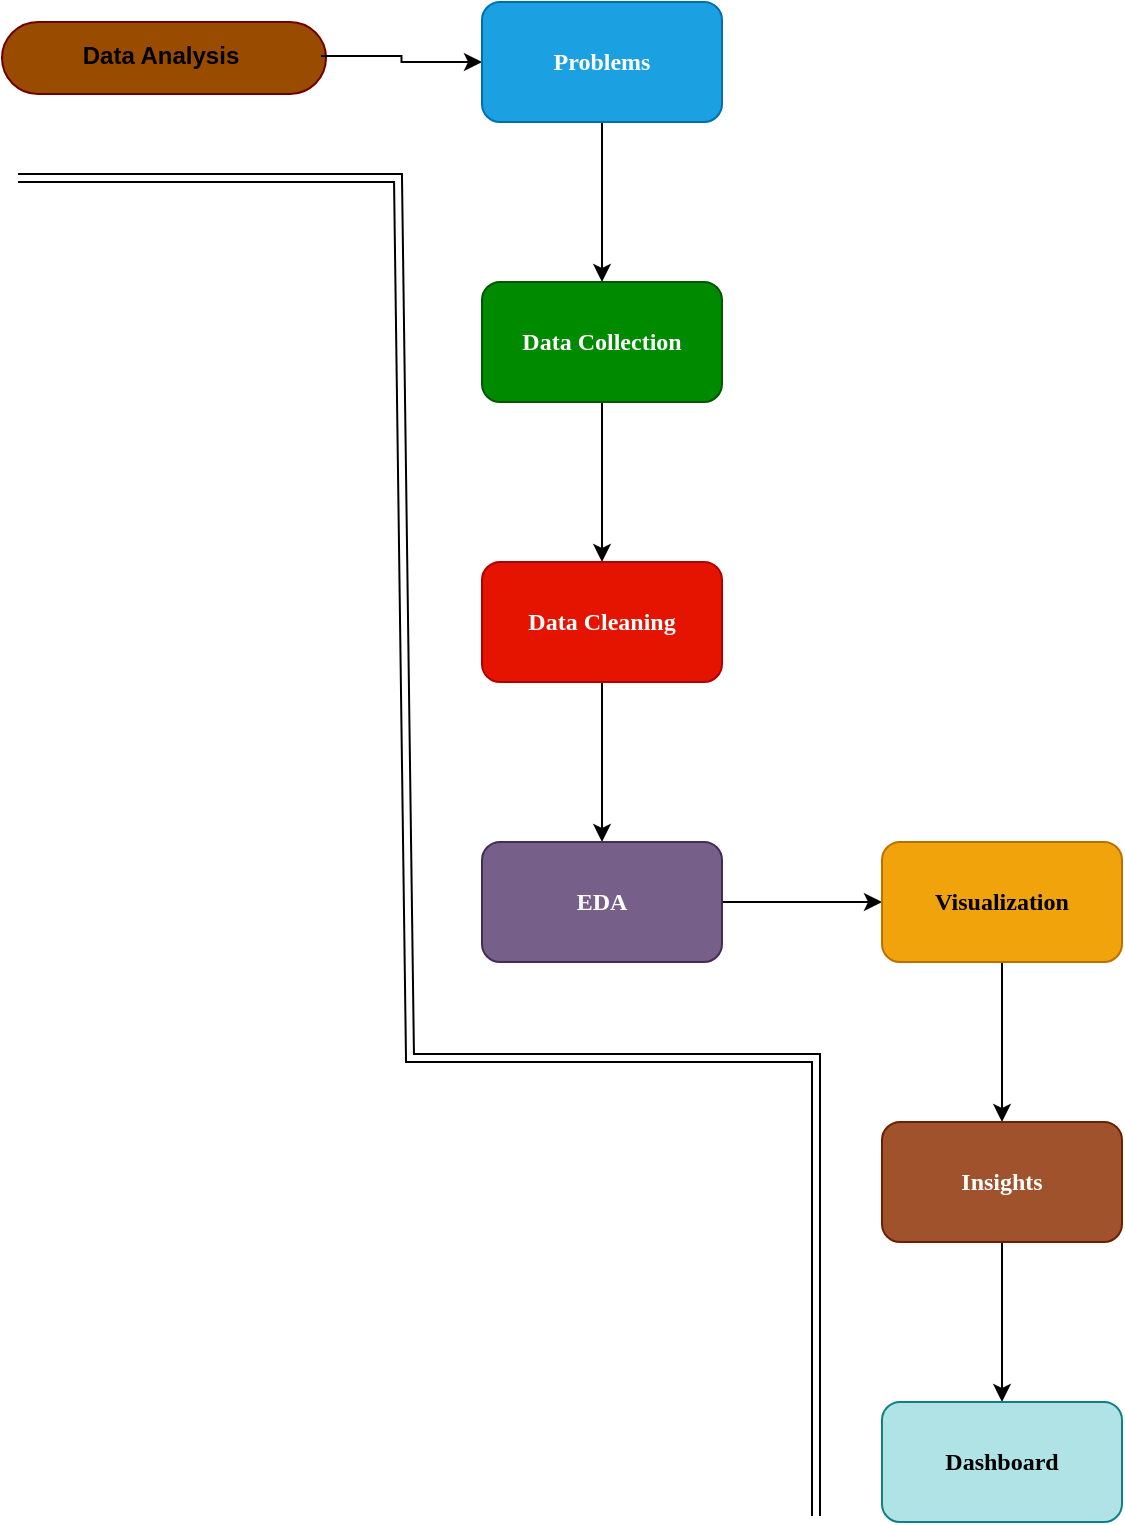
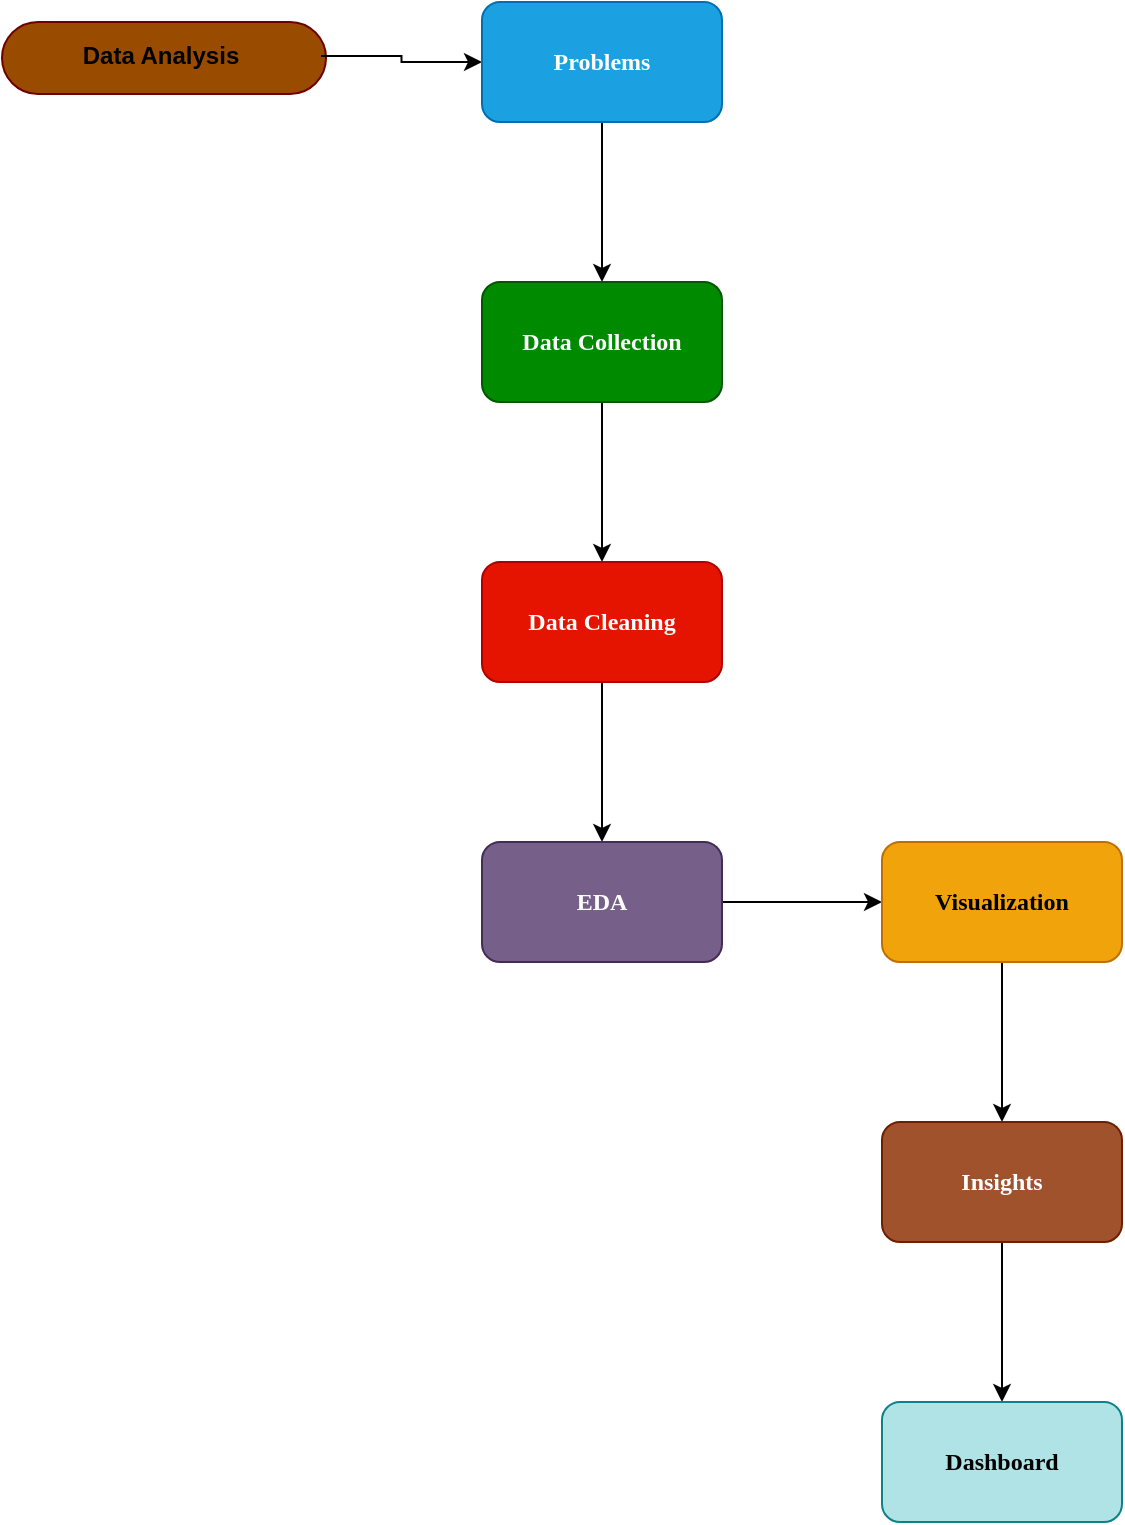
<mxfile host="app.diagrams.net" agent="Mozilla/5.0 (Windows NT 10.0; Win64; x64) AppleWebKit/537.36 (KHTML, like Gecko) Chrome/146.0.0.0 Safari/537.36">
  <diagram name="Page-1" id="RpKhI6d6wNOcKjZSJTQM">
-     <mxGraphModel dx="1985" dy="957" grid="0" gridSize="10" guides="1" tooltips="1" connect="1" arrows="1" fold="1" page="0" pageScale="1" pageWidth="850" pageHeight="1100" math="0" shadow="0">
+     <mxGraphModel dx="1688" dy="778" grid="0" gridSize="10" guides="1" tooltips="1" connect="1" arrows="1" fold="1" page="0" pageScale="1" pageWidth="850" pageHeight="1100" math="0" shadow="0">
      <root>
        <mxCell id="0" />
        <mxCell id="1" parent="0" />
        <mxCell id="H-4zBFC8am2-EdURx1n2-1" parent="1" style="html=1;dashed=0;whiteSpace=wrap;shape=mxgraph.dfd.start;fillColor=#994C00;fontColor=#ffffff;strokeColor=#6F0000;fontFamily=Comic Sans MS;fontSize=14;fontStyle=1;labelBackgroundColor=none;labelBorderColor=none;textShadow=1;" value="" vertex="1">
          <mxGeometry height="36" width="162" x="-189" y="327" as="geometry" />
        </mxCell>
        <mxCell id="VtKAQGNe-kj4Iec5nqkR-2" edge="1" parent="1" source="jjp68SwDXeW-XEkU09K8-1" style="edgeStyle=orthogonalEdgeStyle;rounded=0;orthogonalLoop=1;jettySize=auto;html=1;" target="VtKAQGNe-kj4Iec5nqkR-1" value="">
          <mxGeometry relative="1" as="geometry" />
        </mxCell>
        <mxCell id="jjp68SwDXeW-XEkU09K8-1" parent="1" style="text;html=1;whiteSpace=wrap;strokeColor=none;fillColor=none;align=center;verticalAlign=middle;rounded=0;" value="&lt;b&gt;Data Analysis&lt;/b&gt;" vertex="1">
          <mxGeometry height="38" width="160.5" x="-190" y="325" as="geometry" />
        </mxCell>
        <mxCell id="VtKAQGNe-kj4Iec5nqkR-4" edge="1" parent="1" source="VtKAQGNe-kj4Iec5nqkR-1" style="edgeStyle=orthogonalEdgeStyle;rounded=0;orthogonalLoop=1;jettySize=auto;html=1;" target="VtKAQGNe-kj4Iec5nqkR-3" value="">
          <mxGeometry relative="1" as="geometry" />
        </mxCell>
        <mxCell id="VtKAQGNe-kj4Iec5nqkR-1" parent="1" style="rounded=1;whiteSpace=wrap;html=1;fillColor=#1ba1e2;fontColor=#ffffff;strokeColor=#006EAF;" value="&lt;b&gt;&lt;font face=&quot;Verdana&quot;&gt;Problems&lt;/font&gt;&lt;/b&gt;" vertex="1">
          <mxGeometry height="60" width="120" x="51" y="317" as="geometry" />
        </mxCell>
        <mxCell id="VtKAQGNe-kj4Iec5nqkR-6" edge="1" parent="1" source="VtKAQGNe-kj4Iec5nqkR-3" style="edgeStyle=orthogonalEdgeStyle;rounded=0;orthogonalLoop=1;jettySize=auto;html=1;" target="VtKAQGNe-kj4Iec5nqkR-5" value="">
          <mxGeometry relative="1" as="geometry" />
        </mxCell>
        <mxCell id="VtKAQGNe-kj4Iec5nqkR-3" parent="1" style="rounded=1;whiteSpace=wrap;html=1;fillColor=#008a00;fontColor=#ffffff;strokeColor=#005700;" value="&lt;font face=&quot;Verdana&quot;&gt;&lt;b&gt;Data Collection&lt;/b&gt;&lt;/font&gt;" vertex="1">
          <mxGeometry height="60" width="120" x="51" y="457" as="geometry" />
        </mxCell>
        <mxCell id="VtKAQGNe-kj4Iec5nqkR-8" edge="1" parent="1" source="VtKAQGNe-kj4Iec5nqkR-5" style="edgeStyle=orthogonalEdgeStyle;rounded=0;orthogonalLoop=1;jettySize=auto;html=1;" target="VtKAQGNe-kj4Iec5nqkR-7" value="">
          <mxGeometry relative="1" as="geometry" />
        </mxCell>
        <mxCell id="VtKAQGNe-kj4Iec5nqkR-5" parent="1" style="whiteSpace=wrap;html=1;rounded=1;fillColor=#e51400;fontColor=#ffffff;strokeColor=#B20000;" value="&lt;b&gt;&lt;font face=&quot;Verdana&quot;&gt;Data Cleaning&lt;/font&gt;&lt;/b&gt;" vertex="1">
          <mxGeometry height="60" width="120" x="51" y="597" as="geometry" />
        </mxCell>
        <mxCell id="VtKAQGNe-kj4Iec5nqkR-10" edge="1" parent="1" source="VtKAQGNe-kj4Iec5nqkR-7" style="edgeStyle=orthogonalEdgeStyle;rounded=0;orthogonalLoop=1;jettySize=auto;html=1;" target="VtKAQGNe-kj4Iec5nqkR-9" value="">
          <mxGeometry relative="1" as="geometry" />
        </mxCell>
        <mxCell id="VtKAQGNe-kj4Iec5nqkR-7" parent="1" style="whiteSpace=wrap;html=1;rounded=1;fillColor=#76608a;fontColor=#ffffff;strokeColor=#432D57;" value="&lt;b&gt;&lt;font face=&quot;Verdana&quot;&gt;EDA&lt;/font&gt;&lt;/b&gt;" vertex="1">
          <mxGeometry height="60" width="120" x="51" y="737" as="geometry" />
        </mxCell>
        <mxCell id="VtKAQGNe-kj4Iec5nqkR-12" edge="1" parent="1" source="VtKAQGNe-kj4Iec5nqkR-9" style="edgeStyle=orthogonalEdgeStyle;rounded=0;orthogonalLoop=1;jettySize=auto;html=1;" target="VtKAQGNe-kj4Iec5nqkR-11" value="">
          <mxGeometry relative="1" as="geometry" />
        </mxCell>
        <mxCell id="VtKAQGNe-kj4Iec5nqkR-9" parent="1" style="whiteSpace=wrap;html=1;rounded=1;fillColor=#f0a30a;fontColor=#000000;strokeColor=#BD7000;" value="&lt;b&gt;&lt;font face=&quot;Verdana&quot;&gt;Visualization&lt;/font&gt;&lt;/b&gt;" vertex="1">
          <mxGeometry height="60" width="120" x="251" y="737" as="geometry" />
        </mxCell>
        <mxCell id="VtKAQGNe-kj4Iec5nqkR-14" edge="1" parent="1" source="VtKAQGNe-kj4Iec5nqkR-11" style="edgeStyle=orthogonalEdgeStyle;rounded=0;orthogonalLoop=1;jettySize=auto;html=1;" target="VtKAQGNe-kj4Iec5nqkR-13" value="">
          <mxGeometry relative="1" as="geometry" />
        </mxCell>
        <mxCell id="VtKAQGNe-kj4Iec5nqkR-11" parent="1" style="whiteSpace=wrap;html=1;rounded=1;fillColor=#a0522d;fontColor=#ffffff;strokeColor=#6D1F00;" value="&lt;b&gt;&lt;font face=&quot;Verdana&quot;&gt;Insights&lt;/font&gt;&lt;/b&gt;" vertex="1">
          <mxGeometry height="60" width="120" x="251" y="877" as="geometry" />
        </mxCell>
        <mxCell id="VtKAQGNe-kj4Iec5nqkR-13" parent="1" style="whiteSpace=wrap;html=1;rounded=1;fillColor=#b0e3e6;strokeColor=#0e8088;" value="&lt;font face=&quot;Verdana&quot;&gt;&lt;b&gt;Dashboard&lt;/b&gt;&lt;/font&gt;" vertex="1">
          <mxGeometry height="60" width="120" x="251" y="1017" as="geometry" />
        </mxCell>
-         <mxCell id="VtKAQGNe-kj4Iec5nqkR-15" edge="1" parent="1" style="shape=link;html=1;rounded=0;" value="">
-           <mxGeometry relative="1" width="100" as="geometry">
-             <Array as="points">
-               <mxPoint x="9" y="405" />
-               <mxPoint x="15" y="845" />
-               <mxPoint x="218" y="845" />
-             </Array>
-             <mxPoint x="-181" y="405" as="sourcePoint" />
-             <mxPoint x="218" y="1074" as="targetPoint" />
-           </mxGeometry>
-         </mxCell>
      </root>
    </mxGraphModel>
  </diagram>
</mxfile>
